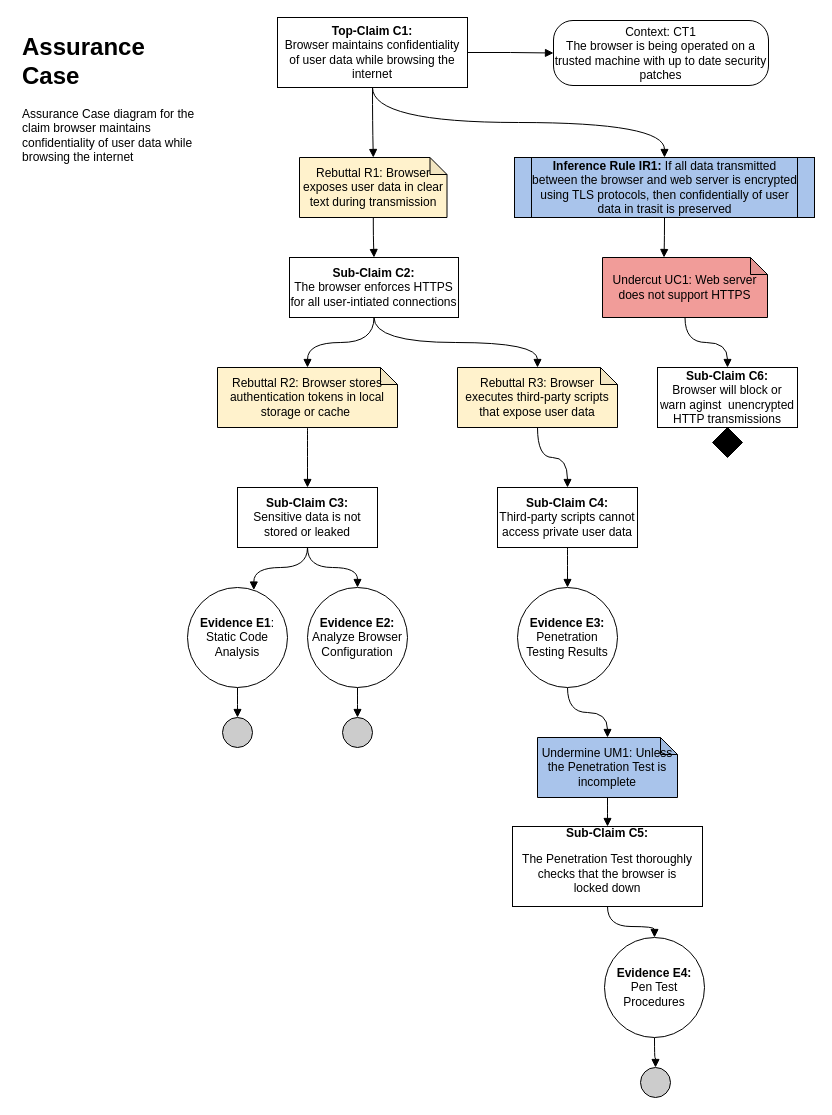
Earlier version of the draw.io diagram docs/Navigate_URL_Assurance_Case.drawio (chauler/CYBR8420-Team5-Project). Source tidied: cells renumbered, new cells numbered last; positions are measured from the earlier drawing's top-left corner, leaving out a move shared by most shapes. Both pictures are drawn from the tidied source at 100%, with x=0, y=0 at pixel (17, 17).
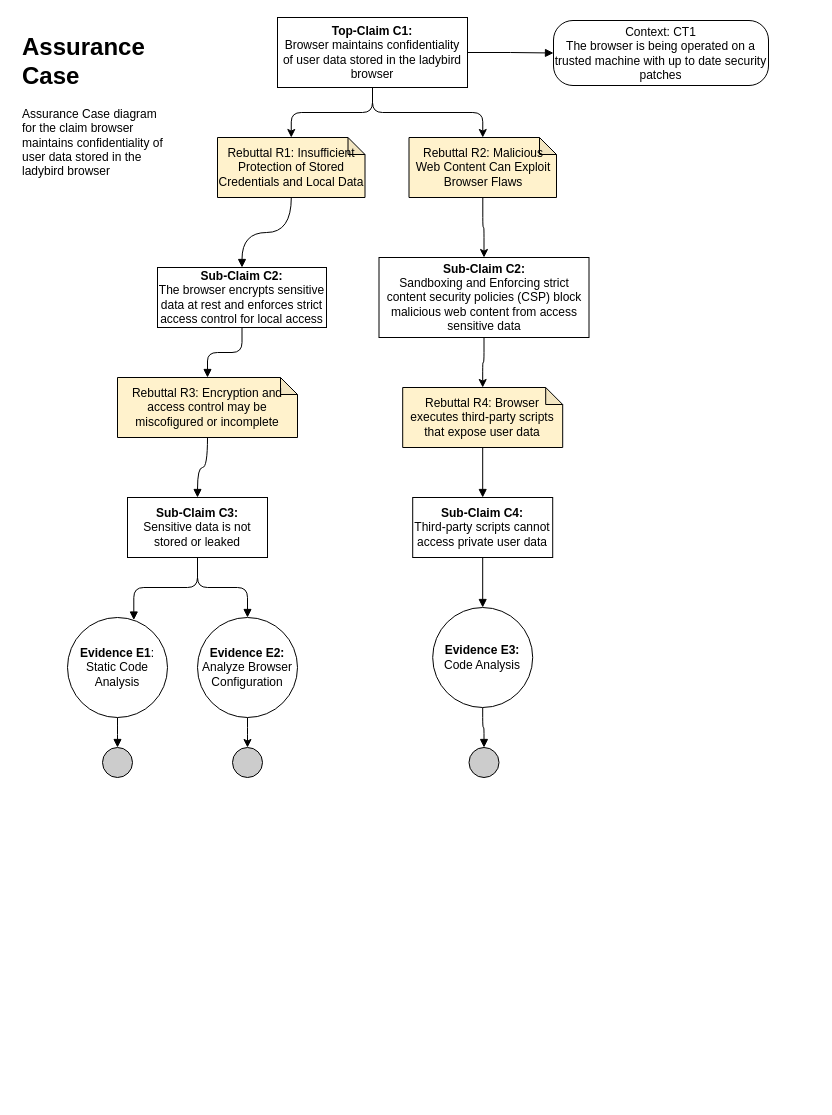
After the change.

Commit message:
modified assurance case

What changed in the source:
```diff
@@
-    <mxCell id="2" value="&lt;h1&gt;Assurance Case&lt;/h1&gt;&lt;p&gt;Assurance Case diagram for the claim browser maintains confidentiality of user data while browsing the internet&lt;/p&gt;" style="text;html=1;strokeColor=none;fillColor=none;spacing=5;spacingTop=-20;whiteSpace=wrap;overflow=hidden;rounded=0;" parent="1" vertex="1">
-      <mxGeometry y="10" width="190" height="150" as="geometry" />
+    <mxCell id="2" value="&lt;h1&gt;Assurance Case&lt;/h1&gt;&lt;p&gt;Assurance Case diagram for the claim browser maintains confidentiality of user data stored in the ladybird browser&lt;/p&gt;" style="text;html=1;strokeColor=none;fillColor=none;spacing=5;spacingTop=-20;whiteSpace=wrap;overflow=hidden;rounded=0;" parent="1" vertex="1">
+      <mxGeometry y="10" width="160" height="230" as="geometry" />
     </mxCell>
@@
-    <mxCell id="4" style="edgeStyle=orthogonalEdgeStyle;rounded=0;jettySize=auto;html=1;endArrow=block;endFill=1;curved=1;" parent="1" edge="1" source="6" target="9">
-      <mxGeometry relative="1" as="geometry" />
-    </mxCell>
-    <mxCell id="5" style="edgeStyle=orthogonalEdgeStyle;curved=1;rounded=0;jettySize=auto;html=1;exitX=0.5;exitY=1;exitDx=0;exitDy=0;endArrow=block;endFill=1;" parent="1" edge="1" source="6" target="38">
-      <mxGeometry relative="1" as="geometry" />
-    </mxCell>
-    <mxCell id="6" value="&lt;b&gt;Top-Claim C1:&lt;br&gt;&lt;/b&gt;Browser maintains confidentiality of user data while browsing the internet" style="rounded=0;whiteSpace=wrap;html=1;" parent="1" vertex="1">
+    <mxCell id="6" value="&lt;b&gt;Top-Claim C1:&lt;br&gt;&lt;/b&gt;&lt;span&gt;Browser maintains confidentiality of user data stored in the ladybird browser&lt;/span&gt;" style="rounded=0;whiteSpace=wrap;html=1;" parent="1" vertex="1">
       <mxGeometry x="260" width="190" height="70" as="geometry" />
     </mxCell>
@@
-    <mxCell id="9" value="Rebuttal R1: Browser exposes user data in clear text during transmission" style="shape=note;whiteSpace=wrap;html=1;backgroundOutline=1;darkOpacity=0.05;size=17;fillColor=#FFF2CC;" parent="1" vertex="1">
-      <mxGeometry x="282" y="140" width="147.5" height="60" as="geometry" />
+    <mxCell id="9" value="Rebuttal R1: Insufficient Protection of Stored Credentials and Local Data" style="shape=note;whiteSpace=wrap;html=1;backgroundOutline=1;darkOpacity=0.05;size=17;fillColor=#FFF2CC;" parent="1" vertex="1">
+      <mxGeometry x="200" y="120" width="147.5" height="60" as="geometry" />
     </mxCell>
-    <mxCell id="10" style="edgeStyle=orthogonalEdgeStyle;curved=1;rounded=0;jettySize=auto;html=1;exitX=0.5;exitY=1;exitDx=0;exitDy=0;entryX=0.5;entryY=0;entryDx=0;entryDy=0;entryPerimeter=0;endArrow=block;endFill=1;" parent="1" edge="1" source="12" target="14">
+    <mxCell id="10" style="edgeStyle=orthogonalEdgeStyle;curved=0;rounded=1;jettySize=auto;html=1;exitX=0.5;exitY=1;exitDx=0;exitDy=0;entryX=0.5;entryY=0;entryDx=0;entryDy=0;entryPerimeter=0;endArrow=block;endFill=1;" parent="1" edge="1" source="12" target="14">
       <mxGeometry relative="1" as="geometry" />
     </mxCell>
-    <mxCell id="11" style="edgeStyle=orthogonalEdgeStyle;curved=1;rounded=0;jettySize=auto;html=1;exitX=0.5;exitY=1;exitDx=0;exitDy=0;entryX=0.5;entryY=0;entryDx=0;entryDy=0;entryPerimeter=0;endArrow=block;endFill=1;" parent="1" edge="1" source="12" target="16">
-      <mxGeometry relative="1" as="geometry" />
-    </mxCell>
-    <mxCell id="12" value="&lt;b&gt;Sub-Claim C2:&lt;br&gt;&lt;/b&gt;The browser enforces HTTPS for all user-intiated connections" style="rounded=0;whiteSpace=wrap;html=1;" parent="1" vertex="1">
-      <mxGeometry x="272" y="240" width="169" height="60" as="geometry" />
+    <mxCell id="12" value="&lt;b&gt;Sub-Claim C2:&lt;br&gt;&lt;/b&gt;The browser encrypts sensitive data at rest and enforces strict access control for local access" style="rounded=0;whiteSpace=wrap;html=1;" parent="1" vertex="1">
+      <mxGeometry x="140" y="250" width="169" height="60" as="geometry" />
     </mxCell>
@@
-    <mxCell id="14" value="Rebuttal R2: Browser stores authentication tokens in local storage or cache&amp;nbsp;" style="shape=note;whiteSpace=wrap;html=1;backgroundOutline=1;darkOpacity=0.05;size=17;fillColor=#FFF2CC;" parent="1" vertex="1">
-      <mxGeometry x="200" y="350" width="180" height="60" as="geometry" />
+    <mxCell id="14" value="Rebuttal R3: Encryption and access control may be miscofigured or incomplete" style="shape=note;whiteSpace=wrap;html=1;backgroundOutline=1;darkOpacity=0.05;size=17;fillColor=#FFF2CC;" parent="1" vertex="1">
+      <mxGeometry x="100" y="360" width="180" height="60" as="geometry" />
     </mxCell>
-    <mxCell id="15" style="edgeStyle=orthogonalEdgeStyle;curved=1;rounded=0;jettySize=auto;html=1;endArrow=block;endFill=1;" parent="1" edge="1" source="16" target="21">
+    <mxCell id="15" style="edgeStyle=orthogonalEdgeStyle;curved=0;rounded=1;jettySize=auto;html=1;endArrow=block;endFill=1;" parent="1" edge="1" source="16" target="21">
       <mxGeometry relative="1" as="geometry" />
     </mxCell>
-    <mxCell id="16" value="Rebuttal R3: Browser executes third-party scripts that expose user data" style="shape=note;whiteSpace=wrap;html=1;backgroundOutline=1;darkOpacity=0.05;size=17;fillColor=#FFF2CC;" parent="1" vertex="1">
-      <mxGeometry x="440" y="350" width="160" height="60" as="geometry" />
+    <mxCell id="16" value="Rebuttal R4: Browser executes third-party scripts that expose user data" style="shape=note;whiteSpace=wrap;html=1;backgroundOutline=1;darkOpacity=0.05;size=17;fillColor=#FFF2CC;" parent="1" vertex="1">
+      <mxGeometry x="385.2" y="370" width="160" height="60" as="geometry" />
     </mxCell>
-    <mxCell id="17" style="edgeStyle=orthogonalEdgeStyle;curved=1;rounded=0;jettySize=auto;html=1;exitX=0.5;exitY=1;exitDx=0;exitDy=0;entryX=0.663;entryY=0.025;entryDx=0;entryDy=0;entryPerimeter=0;endArrow=block;endFill=1;" parent="1" edge="1" source="19" target="23">
+    <mxCell id="17" style="edgeStyle=orthogonalEdgeStyle;curved=0;rounded=1;jettySize=auto;html=1;exitX=0.5;exitY=1;exitDx=0;exitDy=0;entryX=0.663;entryY=0.025;entryDx=0;entryDy=0;entryPerimeter=0;endArrow=block;endFill=1;" parent="1" edge="1" source="19" target="23">
       <mxGeometry relative="1" as="geometry" />
     </mxCell>
-    <mxCell id="18" style="edgeStyle=orthogonalEdgeStyle;curved=1;rounded=0;jettySize=auto;html=1;entryX=0.5;entryY=0;entryDx=0;entryDy=0;endArrow=block;endFill=1;" parent="1" edge="1" source="19" target="25">
+    <mxCell id="18" style="edgeStyle=orthogonalEdgeStyle;curved=0;rounded=1;jettySize=auto;html=1;entryX=0.5;entryY=0;entryDx=0;entryDy=0;endArrow=block;endFill=1;" parent="1" edge="1" source="19" target="25">
       <mxGeometry relative="1" as="geometry" />
     </mxCell>
     <mxCell id="19" value="&lt;b&gt;Sub-Claim C3:&lt;br&gt;&lt;/b&gt;Sensitive data is not stored or leaked" style="rounded=0;whiteSpace=wrap;html=1;" parent="1" vertex="1">
-      <mxGeometry x="220" y="470" width="140" height="60" as="geometry" />
+      <mxGeometry x="110" y="480" width="140" height="60" as="geometry" />
     </mxCell>
-    <mxCell id="20" style="edgeStyle=orthogonalEdgeStyle;curved=1;rounded=0;jettySize=auto;html=1;entryX=0.5;entryY=0;entryDx=0;entryDy=0;endArrow=block;endFill=1;" parent="1" edge="1" source="21" target="29">
+    <mxCell id="20" style="edgeStyle=orthogonalEdgeStyle;curved=0;rounded=1;jettySize=auto;html=1;entryX=0.5;entryY=0;entryDx=0;entryDy=0;endArrow=block;endFill=1;" parent="1" edge="1" source="21" target="29">
       <mxGeometry relative="1" as="geometry" />
     </mxCell>
     <mxCell id="21" value="&lt;b&gt;Sub-Claim C4:&lt;br&gt;&lt;/b&gt;Third-party scripts cannot access private user data" style="rounded=0;whiteSpace=wrap;html=1;" parent="1" vertex="1">
-      <mxGeometry x="480" y="470" width="140" height="60" as="geometry" />
+      <mxGeometry x="395.2" y="480" width="140" height="60" as="geometry" />
     </mxCell>
@@
     <mxCell id="23" value="&lt;b&gt;Evidence E1&lt;/b&gt;:&lt;br&gt;Static Code Analysis" style="ellipse;whiteSpace=wrap;html=1;fillColor=#ffffff;rounded=0;" parent="1" vertex="1">
-      <mxGeometry x="170" y="570" width="100" height="100" as="geometry" />
+      <mxGeometry x="50" y="600" width="100" height="100" as="geometry" />
     </mxCell>
-    <mxCell id="24" style="edgeStyle=orthogonalEdgeStyle;curved=1;rounded=0;jettySize=auto;html=1;entryX=0.5;entryY=0;entryDx=0;entryDy=0;endArrow=block;endFill=1;" parent="1" edge="1" source="25" target="27">
+    <mxCell id="24" style="edgeStyle=orthogonalEdgeStyle;rounded=1;jettySize=auto;html=1;entryX=0.5;entryY=0;entryDx=0;entryDy=0;curved=0;" parent="1" edge="1" source="25" target="27">
       <mxGeometry relative="1" as="geometry" />
     </mxCell>
     <mxCell id="25" value="&lt;b&gt;Evidence E2:&lt;/b&gt;&lt;br&gt;Analyze Browser Configuration" style="ellipse;whiteSpace=wrap;html=1;fillColor=#ffffff;rounded=0;" parent="1" vertex="1">
-      <mxGeometry x="290" y="570" width="100" height="100" as="geometry" />
+      <mxGeometry x="180" y="600" width="100" height="100" as="geometry" />
     </mxCell>
     <mxCell id="26" style="ellipse;whiteSpace=wrap;html=1;fillColor=#CCCCCC;" parent="1" vertex="1">
-      <mxGeometry x="205" y="700" width="30" height="30" as="geometry" />
+      <mxGeometry x="85" y="730" width="30" height="30" as="geometry" />
     </mxCell>
     <mxCell id="27" style="ellipse;whiteSpace=wrap;html=1;fillColor=#CCCCCC;" parent="1" vertex="1">
-      <mxGeometry x="325" y="700" width="30" height="30" as="geometry" />
+      <mxGeometry x="215" y="730" width="30" height="30" as="geometry" />
     </mxCell>
-    <mxCell id="28" style="edgeStyle=orthogonalEdgeStyle;curved=1;rounded=0;jettySize=auto;html=1;entryX=0.5;entryY=0;entryDx=0;entryDy=0;entryPerimeter=0;endArrow=block;endFill=1;" parent="1" edge="1" source="29" target="31">
+    <mxCell id="28" style="edgeStyle=orthogonalEdgeStyle;curved=0;rounded=1;jettySize=auto;html=1;entryX=0.5;entryY=0;entryDx=0;entryDy=0;endArrow=block;endFill=1;" parent="1" edge="1" source="29" target="36">
       <mxGeometry relative="1" as="geometry" />
     </mxCell>
-    <mxCell id="29" value="&lt;b&gt;Evidence E3:&lt;/b&gt;&lt;br&gt;Penetration Testing Results" style="ellipse;whiteSpace=wrap;html=1;fillColor=#ffffff;rounded=0;" parent="1" vertex="1">
-      <mxGeometry x="500" y="570" width="100" height="100" as="geometry" />
+    <mxCell id="29" value="&lt;b&gt;Evidence E3:&lt;/b&gt;&lt;br&gt;Code Analysis" style="ellipse;whiteSpace=wrap;html=1;fillColor=#ffffff;rounded=0;" parent="1" vertex="1">
+      <mxGeometry x="415.2" y="590" width="100" height="100" as="geometry" />
     </mxCell>
-    <mxCell id="30" style="edgeStyle=orthogonalEdgeStyle;curved=1;rounded=0;jettySize=auto;html=1;endArrow=block;endFill=1;" parent="1" edge="1" source="31" target="33">
-      <mxGeometry relative="1" as="geometry" />
-    </mxCell>
-    <mxCell id="31" value="Undermine UM1: Unless the Penetration Test is incomplete" style="shape=note;whiteSpace=wrap;html=1;backgroundOutline=1;darkOpacity=0.05;size=17;fillColor=#A9C4EB;" parent="1" vertex="1">
-      <mxGeometry x="520" y="720" width="140" height="60" as="geometry" />
-    </mxCell>
-    <mxCell id="32" style="edgeStyle=orthogonalEdgeStyle;curved=1;rounded=0;jettySize=auto;html=1;endArrow=block;endFill=1;" parent="1" edge="1" source="33" target="35">
-      <mxGeometry relative="1" as="geometry" />
-    </mxCell>
-    <mxCell id="33" value="&lt;b&gt;Sub-Claim C5:&lt;br&gt;&lt;/b&gt;&lt;p class=&quot;MsoNormal&quot;&gt;The Penetration Test thoroughly checks that the browser is&lt;br/&gt;locked down&lt;/p&gt;" style="rounded=0;whiteSpace=wrap;html=1;" parent="1" vertex="1">
-      <mxGeometry x="495" y="809" width="190" height="80" as="geometry" />
-    </mxCell>
-    <mxCell id="34" style="edgeStyle=orthogonalEdgeStyle;curved=1;rounded=0;jettySize=auto;html=1;entryX=0.5;entryY=0;entryDx=0;entryDy=0;endArrow=block;endFill=1;" parent="1" edge="1" source="35" target="36">
-      <mxGeometry relative="1" as="geometry" />
-    </mxCell>
-    <mxCell id="35" value="&lt;b&gt;Evidence E4:&lt;/b&gt;&lt;br&gt;Pen Test Procedures" style="ellipse;whiteSpace=wrap;html=1;fillColor=#ffffff;rounded=0;" parent="1" vertex="1">
-      <mxGeometry x="587" y="920" width="100" height="100" as="geometry" />
-    </mxCell>
     <mxCell id="36" style="ellipse;whiteSpace=wrap;html=1;fillColor=#CCCCCC;" parent="1" vertex="1">
-      <mxGeometry x="623" y="1050" width="30" height="30" as="geometry" />
+      <mxGeometry x="451.5" y="730" width="30" height="30" as="geometry" />
     </mxCell>
-    <mxCell id="37" style="edgeStyle=orthogonalEdgeStyle;curved=1;rounded=0;jettySize=auto;html=1;entryX=0;entryY=0;entryDx=61.5;entryDy=0;entryPerimeter=0;endArrow=block;endFill=1;" parent="1" edge="1" source="38" target="40">
-      <mxGeometry relative="1" as="geometry" />
-    </mxCell>
-    <mxCell id="38" value="&lt;b&gt;Inference Rule IR1: &lt;/b&gt;If all data transmitted between the browser and web server is encrypted using TLS protocols, then confidentially of user data in trasit is preserved" style="shape=process;whiteSpace=wrap;html=1;backgroundOutline=1;fillColor=#A9C4EB;size=0.05555555555555555;" parent="1" vertex="1">
-      <mxGeometry x="497" y="140" width="300" height="60" as="geometry" />
-    </mxCell>
-    <mxCell id="39" style="edgeStyle=orthogonalEdgeStyle;curved=1;rounded=0;jettySize=auto;html=1;endArrow=block;endFill=1;" parent="1" edge="1" source="40" target="41">
-      <mxGeometry relative="1" as="geometry" />
-    </mxCell>
-    <mxCell id="40" value="Undercut UC1: Web server does not support HTTPS" style="shape=note;whiteSpace=wrap;html=1;backgroundOutline=1;darkOpacity=0.05;size=17;fillColor=#F19C99;" parent="1" vertex="1">
-      <mxGeometry x="585" y="240" width="165" height="60" as="geometry" />
-    </mxCell>
-    <mxCell id="41" value="&lt;b&gt;Sub-Claim C6:&lt;br&gt;&lt;/b&gt;Browser will block or warn aginst&amp;nbsp; unencrypted HTTP transmissions" style="rounded=0;whiteSpace=wrap;html=1;" parent="1" vertex="1">
-      <mxGeometry x="640" y="350" width="140" height="60" as="geometry" />
-    </mxCell>
-    <mxCell id="42" style="rhombus;whiteSpace=wrap;html=1;fillColor=#000000;" parent="1" vertex="1">
-      <mxGeometry x="695" y="410" width="30" height="30" as="geometry" />
-    </mxCell>
+    <mxCell id="43" style="edgeStyle=orthogonalEdgeStyle;rounded=1;jettySize=auto;html=1;curved=0;" parent="1" edge="1" source="44" target="46">
+      <mxGeometry relative="1" as="geometry" />
+    </mxCell>
+    <mxCell id="44" value="Rebuttal R2: Malicious Web Content Can Exploit Browser Flaws" style="shape=note;whiteSpace=wrap;html=1;backgroundOutline=1;darkOpacity=0.05;size=17;fillColor=#FFF2CC;" parent="1" vertex="1">
+      <mxGeometry x="391.5" y="120" width="147.5" height="60" as="geometry" />
+    </mxCell>
+    <mxCell id="45" style="edgeStyle=orthogonalEdgeStyle;rounded=1;jettySize=auto;html=1;entryX=0.5;entryY=0;entryDx=0;entryDy=0;entryPerimeter=0;curved=0;" parent="1" edge="1" source="6" target="44">
+      <mxGeometry relative="1" as="geometry" />
+    </mxCell>
+    <mxCell id="46" value="&lt;b&gt;Sub-Claim C2:&lt;br&gt;&lt;/b&gt;Sandboxing and Enforcing strict content security policies (CSP) block malicious web content from access sensitive data" style="rounded=0;whiteSpace=wrap;html=1;strokeColor=default;" parent="1" vertex="1">
+      <mxGeometry x="361.5" y="240" width="210" height="80" as="geometry" />
+    </mxCell>
+    <mxCell id="47" style="edgeStyle=orthogonalEdgeStyle;rounded=1;jettySize=auto;html=1;entryX=0.5;entryY=0;entryDx=0;entryDy=0;entryPerimeter=0;curved=0;" parent="1" edge="1" source="46" target="16">
+      <mxGeometry relative="1" as="geometry" />
+    </mxCell>
+    <mxCell id="4" style="edgeStyle=orthogonalEdgeStyle;rounded=1;jettySize=auto;html=1;entryX=0.5;entryY=0;entryDx=0;entryDy=0;entryPerimeter=0;curved=0;" parent="1" edge="1" source="6" target="9">
+      <mxGeometry relative="1" as="geometry" />
+    </mxCell>
```
